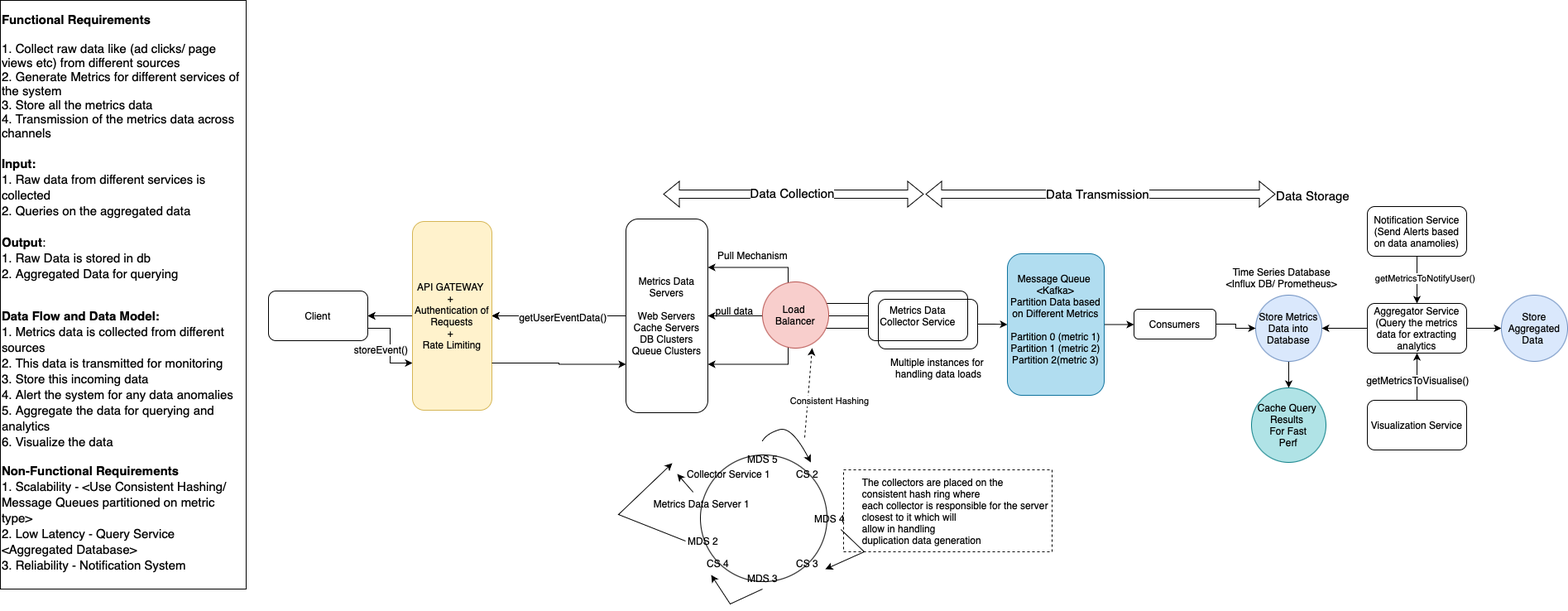
This is Designs/HLD/Design Monitoring and Logging System.drawio.png from chetana-c/SystemDesign, a draw.io export, as it was before one commit. Source tidied: cells renumbered, new cells last; positions are measured from the earlier drawing's top-left corner, leaving out a move shared by most shapes.
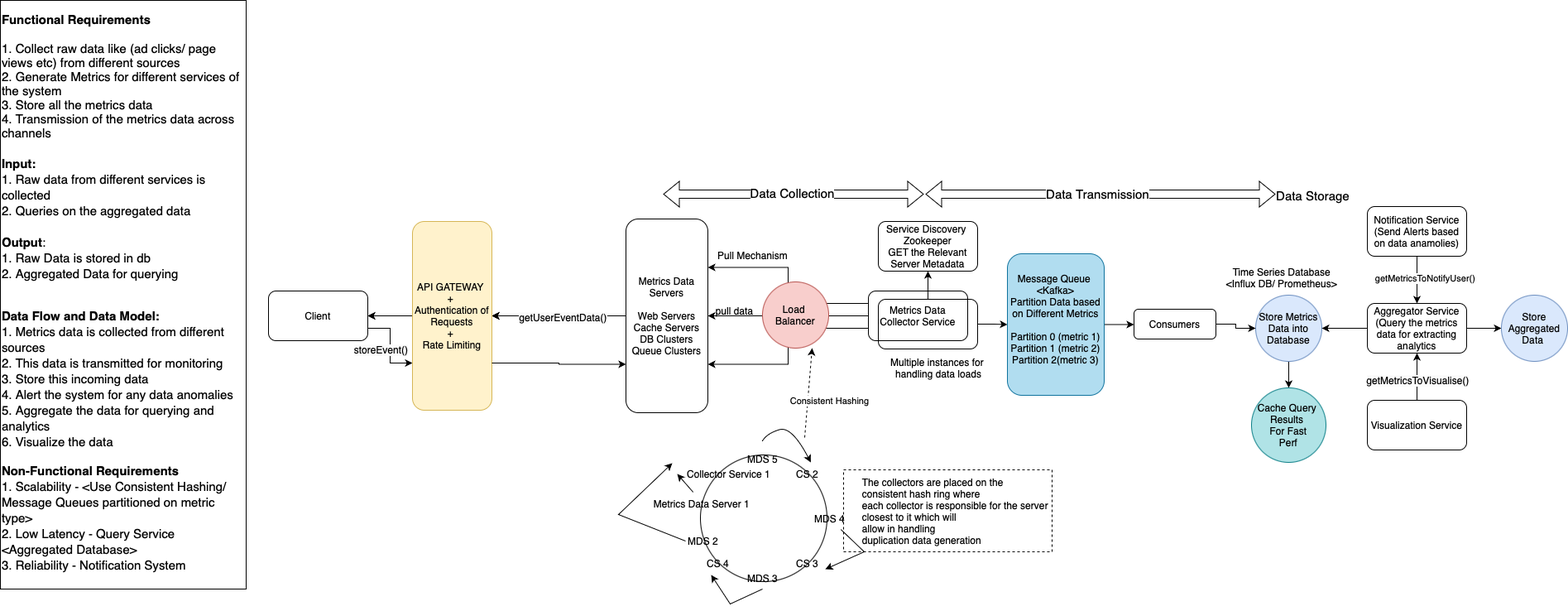
The same file after the commit.

Change to the diagram source:
```diff
@@ -97,6 +97,9 @@
     <mxCell id="32" style="edgeStyle=orthogonalEdgeStyle;rounded=0;jettySize=auto;html=1;" parent="1" edge="1" source="33" target="58">
       <mxGeometry relative="1" as="geometry" />
     </mxCell>
+    <mxCell id="66" style="edgeStyle=orthogonalEdgeStyle;rounded=0;jettySize=auto;html=1;" parent="1" edge="1" source="33" target="67">
+      <mxGeometry relative="1" as="geometry" />
+    </mxCell>
     <mxCell id="33" style="rounded=1;whiteSpace=wrap;html=1;fillColor=none;" parent="1" vertex="1">
       <mxGeometry x="1061" y="361" width="120" height="60" as="geometry" />
     </mxCell>
@@ -229,5 +232,8 @@
     <mxCell id="65" value="Load&amp;nbsp;&lt;div&gt;Balancer&lt;/div&gt;" style="ellipse;whiteSpace=wrap;html=1;fillColor=#f8cecc;strokeColor=#b85450;" parent="1" vertex="1">
       <mxGeometry x="921" y="340" width="80" height="80" as="geometry" />
     </mxCell>
+    <mxCell id="67" value="Service Discovery&amp;nbsp;&lt;div&gt;Zookeeper&lt;/div&gt;&lt;div&gt;GET the Relevant Server Metadata&lt;/div&gt;" style="whiteSpace=wrap;html=1;fillColor=none;rounded=1;" parent="1" vertex="1">
+      <mxGeometry x="1061" y="267" width="120" height="60" as="geometry" />
+    </mxCell>
   </root>
 </mxGraphModel>
```
